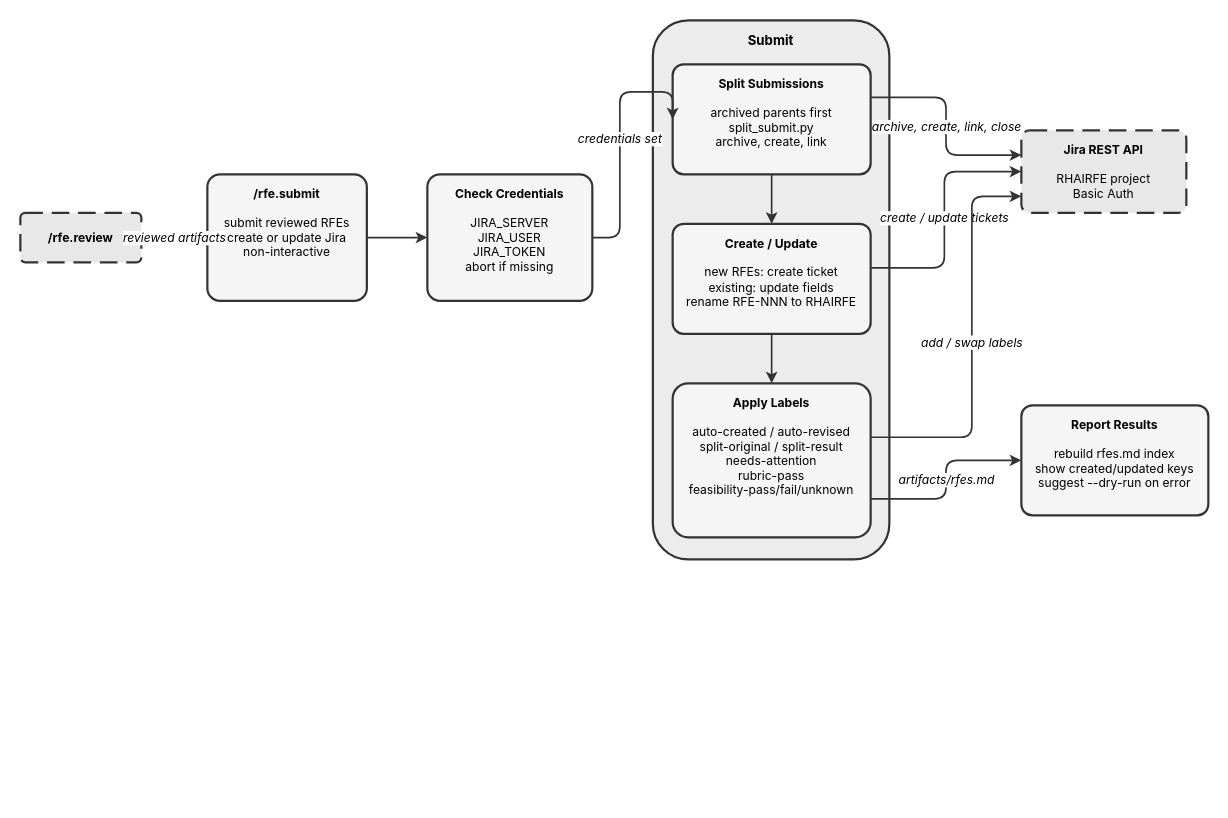
Earlier version of the draw.io diagram site/docs/plugins/rfe-creator/rfe.submit.drawio (fege/skills-registry). Source tidied: cells renumbered, new cells numbered last; positions are measured from the earlier drawing's top-left corner, leaving out a move shared by most shapes. Both pictures are drawn from the tidied source at 110%, with x=0, y=0 at pixel (20, 20).
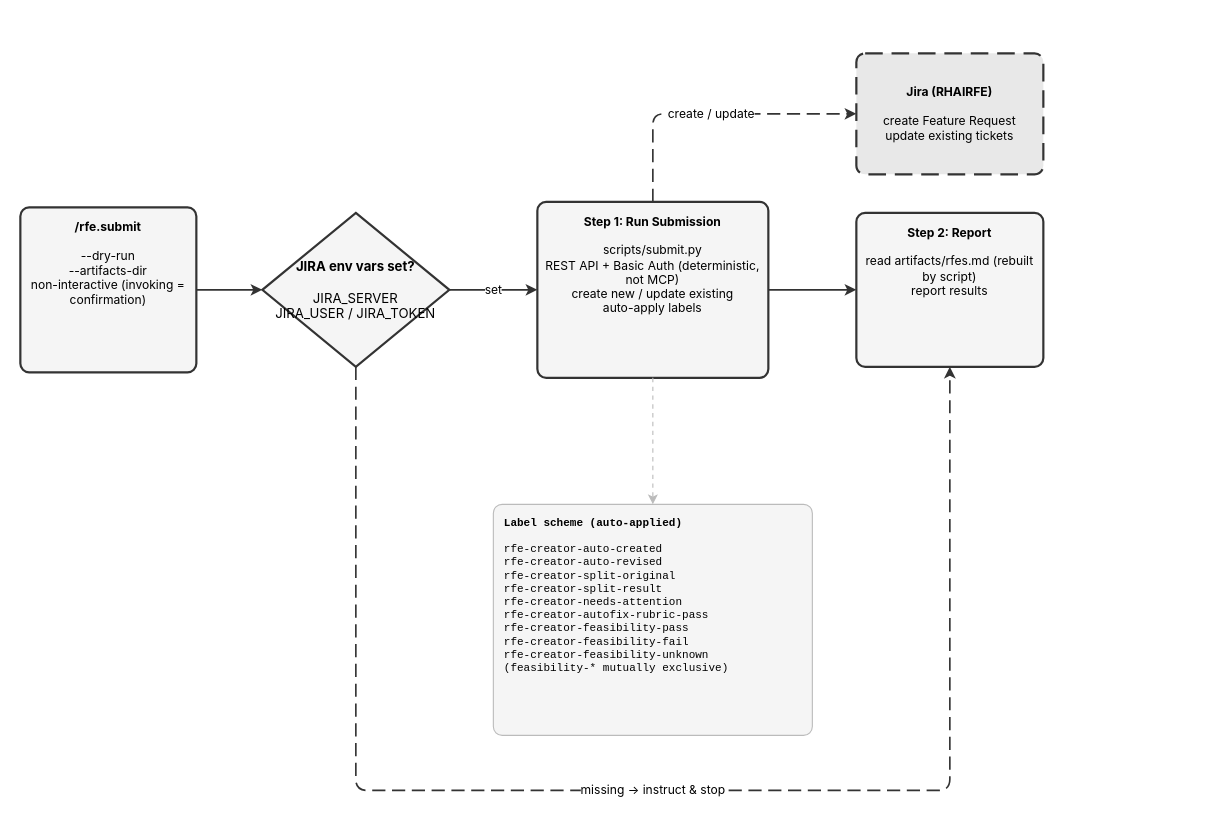
After the change.

Change to the diagram source:
```diff
@@
-    <mxCell id="2" value="&lt;b&gt;/rfe.review&lt;/b&gt;" style="rounded=1;whiteSpace=wrap;html=1;fillColor=#e8e8e8;strokeColor=#333333;strokeWidth=2;arcSize=10;dashed=1;dashPattern=8 4;verticalAlign=middle;fontSize=11;fontFamily=Inter,Helvetica,Arial,sans-serif;" parent="1" vertex="1">
-      <mxGeometry y="175" width="110" height="45" as="geometry" />
-    </mxCell>
-    <mxCell id="3" value="&lt;b&gt;/rfe.submit&lt;/b&gt;&lt;br&gt;&lt;br&gt;submit reviewed RFEs&lt;br&gt;create or update Jira&lt;br&gt;non-interactive" style="rounded=1;whiteSpace=wrap;html=1;fillColor=#f5f5f5;strokeColor=#333333;strokeWidth=2;arcSize=10;verticalAlign=top;spacingTop=5;fontSize=11;fontFamily=Inter,Helvetica,Arial,sans-serif;" parent="1" vertex="1">
-      <mxGeometry x="170" y="140" width="145" height="115" as="geometry" />
+    <mxCell id="3" value="&lt;b&gt;/rfe.submit&lt;/b&gt;&lt;br&gt;&lt;br&gt;--dry-run&lt;br&gt;--artifacts-dir&lt;br&gt;non-interactive (invoking = confirmation)" style="rounded=1;whiteSpace=wrap;html=1;fillColor=#f5f5f5;strokeColor=#333333;strokeWidth=2;verticalAlign=top;spacingTop=5;fontSize=11;fontFamily=Inter,Helvetica,Arial,sans-serif;arcSize=16;absoluteArcSize=1;" parent="1" vertex="1">
+      <mxGeometry y="170" width="160" height="150" as="geometry" />
     </mxCell>
-    <mxCell id="4" value="&lt;b&gt;Check Credentials&lt;/b&gt;&lt;br&gt;&lt;br&gt;JIRA_SERVER&lt;br&gt;JIRA_USER&lt;br&gt;JIRA_TOKEN&lt;br&gt;abort if missing" style="rounded=1;whiteSpace=wrap;html=1;fillColor=#f5f5f5;strokeColor=#333333;strokeWidth=2;arcSize=10;verticalAlign=top;spacingTop=5;fontSize=11;fontFamily=Inter,Helvetica,Arial,sans-serif;" parent="1" vertex="1">
-      <mxGeometry x="370" y="140" width="150" height="115" as="geometry" />
-    </mxCell>
-    <mxCell id="5" value="&lt;b&gt;Submit&lt;/b&gt;" style="rounded=1;whiteSpace=wrap;html=1;fillColor=#ececec;strokeColor=#333333;strokeWidth=2;verticalAlign=top;spacingTop=5;fontSize=12;fontStyle=1;fontFamily=Inter,Helvetica,Arial,sans-serif;" parent="1" vertex="1">
-      <mxGeometry x="575" width="215" height="490" as="geometry" />
-    </mxCell>
-    <mxCell id="6" value="&lt;b&gt;Split Submissions&lt;/b&gt;&lt;br&gt;&lt;br&gt;archived parents first&lt;br&gt;split_submit.py&lt;br&gt;archive, create, link" style="rounded=1;whiteSpace=wrap;html=1;fillColor=#f5f5f5;strokeColor=#333333;strokeWidth=2;arcSize=10;verticalAlign=top;spacingTop=5;fontSize=11;fontFamily=Inter,Helvetica,Arial,sans-serif;" parent="5" vertex="1">
-      <mxGeometry x="18" y="40" width="180" height="100" as="geometry" />
-    </mxCell>
-    <mxCell id="7" value="&lt;b&gt;Create / Update&lt;/b&gt;&lt;br&gt;&lt;br&gt;new RFEs: create ticket&lt;br&gt;existing: update fields&lt;br&gt;rename RFE-NNN to RHAIRFE" style="rounded=1;whiteSpace=wrap;html=1;fillColor=#f5f5f5;strokeColor=#333333;strokeWidth=2;arcSize=10;verticalAlign=top;spacingTop=5;fontSize=11;fontFamily=Inter,Helvetica,Arial,sans-serif;" parent="5" vertex="1">
-      <mxGeometry x="18" y="185" width="180" height="100" as="geometry" />
-    </mxCell>
-    <mxCell id="8" value="&lt;b&gt;Apply Labels&lt;/b&gt;&lt;br&gt;&lt;br&gt;auto-created / auto-revised&lt;br&gt;split-original / split-result&lt;br&gt;needs-attention&lt;br&gt;rubric-pass&lt;br&gt;feasibility-pass/fail/unknown" style="rounded=1;whiteSpace=wrap;html=1;fillColor=#f5f5f5;strokeColor=#333333;strokeWidth=2;arcSize=10;verticalAlign=top;spacingTop=5;fontSize=11;fontFamily=Inter,Helvetica,Arial,sans-serif;" parent="5" vertex="1">
-      <mxGeometry x="18" y="330" width="180" height="140" as="geometry" />
-    </mxCell>
+    <mxCell id="20" value="&lt;b&gt;JIRA env vars set?&lt;/b&gt;&lt;br&gt;&lt;br&gt;JIRA_SERVER&lt;br&gt;JIRA_USER / JIRA_TOKEN" style="rhombus;whiteSpace=wrap;html=1;fillColor=#f5f5f5;strokeColor=#333333;strokeWidth=2;fontSize=12;fontFamily=Inter,Helvetica,Arial,sans-serif;" parent="1" vertex="1">
+      <mxGeometry x="220" y="175" width="170" height="140" as="geometry" />
+    </mxCell>
+    <mxCell id="21" value="&lt;b&gt;Step 1: Run Submission&lt;/b&gt;&lt;br&gt;&lt;br&gt;scripts/submit.py&lt;br&gt;REST API + Basic Auth (deterministic, not MCP)&lt;br&gt;create new / update existing&lt;br&gt;auto-apply labels" style="rounded=1;whiteSpace=wrap;html=1;fillColor=#f5f5f5;strokeColor=#333333;strokeWidth=2;verticalAlign=top;spacingTop=5;fontSize=11;fontFamily=Inter,Helvetica,Arial,sans-serif;arcSize=16;absoluteArcSize=1;" parent="1" vertex="1">
+      <mxGeometry x="470" y="165" width="210" height="160" as="geometry" />
+    </mxCell>
-    <mxCell id="9" value="&lt;b&gt;Jira REST API&lt;/b&gt;&lt;br&gt;&lt;br&gt;RHAIRFE project&lt;br&gt;Basic Auth" style="rounded=1;whiteSpace=wrap;html=1;fillColor=#e8e8e8;strokeColor=#333333;strokeWidth=2;arcSize=10;dashed=1;dashPattern=8 4;verticalAlign=top;spacingTop=5;fontSize=11;fontFamily=Inter,Helvetica,Arial,sans-serif;" parent="1" vertex="1">
-      <mxGeometry x="910" y="100" width="150" height="75" as="geometry" />
+    <mxCell id="9" value="&lt;b&gt;Jira (RHAIRFE)&lt;/b&gt;&lt;br&gt;&lt;br&gt;create Feature Request&lt;br&gt;update existing tickets" style="rounded=1;whiteSpace=wrap;html=1;fillColor=#e8e8e8;strokeColor=#333333;strokeWidth=2;dashed=1;dashPattern=8 4;verticalAlign=middle;fontSize=11;fontFamily=Inter,Helvetica,Arial,sans-serif;arcSize=16;absoluteArcSize=1;" parent="1" vertex="1">
+      <mxGeometry x="760" y="30" width="170" height="110" as="geometry" />
     </mxCell>
-    <mxCell id="10" value="&lt;b&gt;Report Results&lt;/b&gt;&lt;br&gt;&lt;br&gt;rebuild rfes.md index&lt;br&gt;show created/updated keys&lt;br&gt;suggest --dry-run on error" style="rounded=1;whiteSpace=wrap;html=1;fillColor=#f5f5f5;strokeColor=#333333;strokeWidth=2;arcSize=10;verticalAlign=top;spacingTop=5;fontSize=11;fontFamily=Inter,Helvetica,Arial,sans-serif;" parent="1" vertex="1">
-      <mxGeometry x="910" y="350" width="170" height="100" as="geometry" />
+    <mxCell id="10" value="&lt;b&gt;Step 2: Report&lt;/b&gt;&lt;br&gt;&lt;br&gt;read artifacts/rfes.md (rebuilt by script)&lt;br&gt;report results" style="rounded=1;whiteSpace=wrap;html=1;fillColor=#f5f5f5;strokeColor=#333333;strokeWidth=2;verticalAlign=top;spacingTop=5;fontSize=11;fontFamily=Inter,Helvetica,Arial,sans-serif;arcSize=16;absoluteArcSize=1;" parent="1" vertex="1">
+      <mxGeometry x="760" y="175" width="170" height="140" as="geometry" />
     </mxCell>
-    <mxCell id="11" value="reviewed artifacts" style="edgeStyle=orthogonalEdgeStyle;rounded=1;strokeColor=#333333;strokeWidth=1.5;dashed=1;dashPattern=8 4;html=1;fontStyle=2;fontSize=11;fontFamily=Inter,Helvetica,Arial,sans-serif;exitX=1;exitY=0.5;exitDx=0;exitDy=0;entryX=0;entryY=0.5;entryDx=0;entryDy=0;" parent="1" edge="1" source="2" target="3">
-      <mxGeometry relative="1" as="geometry" />
-    </mxCell>
-    <mxCell id="12" style="edgeStyle=orthogonalEdgeStyle;rounded=1;strokeColor=#333333;strokeWidth=1.5;html=1;fontFamily=Inter,Helvetica,Arial,sans-serif;exitX=1;exitY=0.5;exitDx=0;exitDy=0;entryX=0;entryY=0.5;entryDx=0;entryDy=0;" parent="1" edge="1" source="3" target="4">
-      <mxGeometry relative="1" as="geometry" />
-    </mxCell>
-    <mxCell id="13" value="credentials set" style="edgeStyle=orthogonalEdgeStyle;rounded=1;strokeColor=#333333;strokeWidth=1.5;html=1;fontStyle=2;fontSize=11;fontFamily=Inter,Helvetica,Arial,sans-serif;exitX=1;exitY=0.5;exitDx=0;exitDy=0;entryX=0;entryY=0.5;entryDx=0;entryDy=0;" parent="1" edge="1" source="4" target="6">
-      <mxGeometry relative="1" as="geometry">
-        <Array as="points">
-          <mxPoint x="545" y="197" />
-          <mxPoint x="545" y="65" />
-        </Array>
-      </mxGeometry>
-    </mxCell>
-    <mxCell id="14" style="edgeStyle=orthogonalEdgeStyle;rounded=1;strokeColor=#333333;strokeWidth=1.5;html=1;fontFamily=Inter,Helvetica,Arial,sans-serif;exitX=0.5;exitY=1;exitDx=0;exitDy=0;entryX=0.5;entryY=0;entryDx=0;entryDy=0;" parent="1" edge="1" source="6" target="7">
-      <mxGeometry relative="1" as="geometry" />
-    </mxCell>
-    <mxCell id="15" style="edgeStyle=orthogonalEdgeStyle;rounded=1;strokeColor=#333333;strokeWidth=1.5;html=1;fontFamily=Inter,Helvetica,Arial,sans-serif;exitX=0.5;exitY=1;exitDx=0;exitDy=0;entryX=0.5;entryY=0;entryDx=0;entryDy=0;" parent="1" edge="1" source="7" target="8">
-      <mxGeometry relative="1" as="geometry" />
-    </mxCell>
-    <mxCell id="16" value="archive, create, link, close" style="edgeStyle=orthogonalEdgeStyle;rounded=1;strokeColor=#333333;strokeWidth=1.5;html=1;fontStyle=2;fontSize=11;fontFamily=Inter,Helvetica,Arial,sans-serif;exitX=1;exitY=0.3;exitDx=0;exitDy=0;entryX=0;entryY=0.3;entryDx=0;entryDy=0;" parent="1" edge="1" source="6" target="9">
-      <mxGeometry relative="1" as="geometry" />
-    </mxCell>
-    <mxCell id="17" value="create / update tickets" style="edgeStyle=orthogonalEdgeStyle;rounded=1;strokeColor=#333333;strokeWidth=1.5;html=1;fontStyle=2;fontSize=11;fontFamily=Inter,Helvetica,Arial,sans-serif;exitX=1;exitY=0.4;exitDx=0;exitDy=0;entryX=0;entryY=0.5;entryDx=0;entryDy=0;" parent="1" edge="1" source="7" target="9">
-      <mxGeometry relative="1" as="geometry">
-        <Array as="points">
-          <mxPoint x="840" y="225" />
-          <mxPoint x="840" y="138" />
-        </Array>
-      </mxGeometry>
-    </mxCell>
-    <mxCell id="18" value="add / swap labels" style="edgeStyle=orthogonalEdgeStyle;rounded=1;strokeColor=#333333;strokeWidth=1.5;html=1;fontStyle=2;fontSize=11;fontFamily=Inter,Helvetica,Arial,sans-serif;exitX=1;exitY=0.35;exitDx=0;exitDy=0;entryX=0;entryY=0.8;entryDx=0;entryDy=0;" parent="1" edge="1" source="8" target="9">
-      <mxGeometry relative="1" as="geometry">
-        <Array as="points">
-          <mxPoint x="865" y="379" />
-          <mxPoint x="865" y="160" />
-        </Array>
-      </mxGeometry>
-    </mxCell>
-    <mxCell id="19" value="artifacts/rfes.md" style="edgeStyle=orthogonalEdgeStyle;rounded=1;strokeColor=#333333;strokeWidth=1.5;html=1;fontStyle=2;fontSize=11;fontFamily=Inter,Helvetica,Arial,sans-serif;exitX=1;exitY=0.75;exitDx=0;exitDy=0;entryX=0;entryY=0.5;entryDx=0;entryDy=0;" parent="1" edge="1" source="8" target="10">
-      <mxGeometry relative="1" as="geometry" />
-    </mxCell>
+    <mxCell id="8" value="&lt;b&gt;Label scheme (auto-applied)&lt;/b&gt;&lt;br&gt;&lt;br&gt;rfe-creator-auto-created&lt;br&gt;rfe-creator-auto-revised&lt;br&gt;rfe-creator-split-original&lt;br&gt;rfe-creator-split-result&lt;br&gt;rfe-creator-needs-attention&lt;br&gt;rfe-creator-autofix-rubric-pass&lt;br&gt;rfe-creator-feasibility-pass&lt;br&gt;rfe-creator-feasibility-fail&lt;br&gt;rfe-creator-feasibility-unknown&lt;br&gt;(feasibility-* mutually exclusive)" style="rounded=1;whiteSpace=wrap;html=1;fillColor=#f5f5f5;strokeColor=#bbbbbb;strokeWidth=1;verticalAlign=top;spacingTop=5;align=left;spacingLeft=8;fontSize=10;fontFamily=JetBrains Mono,Courier New,monospace;arcSize=16;absoluteArcSize=1;" parent="1" vertex="1">
+      <mxGeometry x="430" y="440" width="290" height="210" as="geometry" />
+    </mxCell>
+    <mxCell id="22" style="edgeStyle=orthogonalEdgeStyle;rounded=1;strokeColor=#333333;strokeWidth=1.5;html=1;fontFamily=Inter,Helvetica,Arial,sans-serif;exitX=1.0;exitY=0.5;exitDx=0;exitDy=0;entryX=0.0;entryY=0.5;entryDx=0;entryDy=0;" parent="1" edge="1" source="3" target="20">
+      <mxGeometry relative="1" as="geometry" />
+    </mxCell>
+    <mxCell id="23" value="set" style="edgeStyle=orthogonalEdgeStyle;rounded=1;strokeColor=#333333;strokeWidth=1.5;html=1;fontFamily=Inter,Helvetica,Arial,sans-serif;exitX=1.0;exitY=0.5;exitDx=0;exitDy=0;entryX=0.0;entryY=0.5;entryDx=0;entryDy=0;" parent="1" edge="1" source="20" target="21">
+      <mxGeometry relative="1" as="geometry" />
+    </mxCell>
+    <mxCell id="24" value="missing → instruct &amp; stop" style="edgeStyle=orthogonalEdgeStyle;rounded=1;strokeColor=#333333;strokeWidth=1.5;html=1;fontFamily=Inter,Helvetica,Arial,sans-serif;dashed=1;dashPattern=8 4;exitX=0.5;exitY=1.0;exitDx=0;exitDy=0;entryX=0.5;entryY=1.0;entryDx=0;entryDy=0;" parent="1" edge="1" source="20" target="10">
+      <mxGeometry relative="1" as="geometry">
+        <Array as="points">
+          <mxPoint x="305" y="700" />
+          <mxPoint x="845" y="700" />
+        </Array>
+      </mxGeometry>
+    </mxCell>
+    <mxCell id="25" value="create / update" style="edgeStyle=orthogonalEdgeStyle;rounded=1;strokeColor=#333333;strokeWidth=1.5;html=1;fontFamily=Inter,Helvetica,Arial,sans-serif;dashed=1;dashPattern=8 4;exitX=0.5;exitY=0.0;exitDx=0;exitDy=0;entryX=0.0;entryY=0.5;entryDx=0;entryDy=0;" parent="1" edge="1" source="21" target="9">
+      <mxGeometry relative="1" as="geometry">
+        <Array as="points">
+          <mxPoint x="575" y="85" />
+        </Array>
+      </mxGeometry>
+    </mxCell>
+    <mxCell id="26" style="edgeStyle=orthogonalEdgeStyle;rounded=1;strokeColor=#333333;strokeWidth=1.5;html=1;fontFamily=Inter,Helvetica,Arial,sans-serif;exitX=1.0;exitY=0.5;exitDx=0;exitDy=0;entryX=0.0;entryY=0.5;entryDx=0;entryDy=0;" parent="1" edge="1" source="21" target="10">
+      <mxGeometry relative="1" as="geometry" />
+    </mxCell>
+    <mxCell id="27" style="edgeStyle=orthogonalEdgeStyle;rounded=1;strokeColor=#bbbbbb;strokeWidth=1;dashed=1;dashPattern=4 4;html=1;fontFamily=Inter,Helvetica,Arial,sans-serif;exitX=0.5;exitY=1.0;exitDx=0;exitDy=0;entryX=0.5;entryY=0.0;entryDx=0;entryDy=0;" parent="1" edge="1" source="21" target="8">
+      <mxGeometry relative="1" as="geometry" />
+    </mxCell>
```
